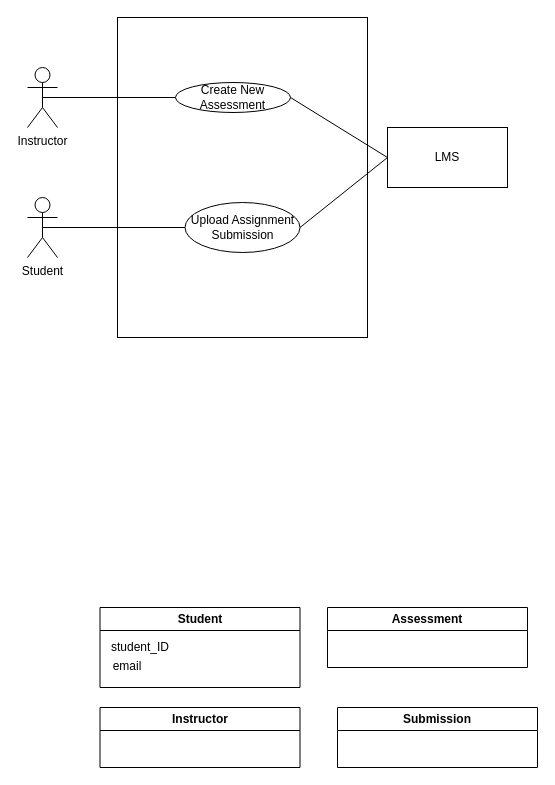
The draw.io diagram domain_model_Workshop_2.drawio in antonykimuom/SWEN30006-2025-SM1-workshop1-tuew05-14-00-team-12, before the edit. Source tidied: cells renumbered, new cells numbered last; positions are measured from the earlier drawing's top-left corner, leaving out a move shared by most shapes. Both pictures are drawn from the tidied source at 100%, with x=0, y=0 at pixel (27, 17).
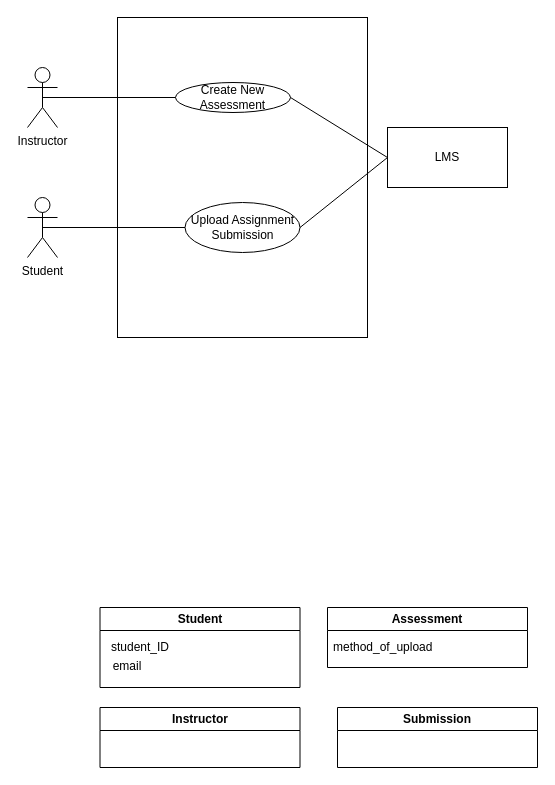
After the change.

Commit message:
added attributes to assessment

What changed in the source:
```diff
@@
 <mxGraphModel>
   <root>
     <mxCell id="0" />
     <mxCell id="1" parent="0" />
     <mxCell id="2" style="rounded=0;whiteSpace=wrap;html=1;" parent="1" vertex="1">
       <mxGeometry x="90" width="250" height="320" as="geometry" />
     </mxCell>
     <mxCell id="3" value="Instructor" style="shape=umlActor;verticalLabelPosition=bottom;verticalAlign=top;html=1;outlineConnect=0;" parent="1" vertex="1">
       <mxGeometry y="50" width="30" height="60" as="geometry" />
     </mxCell>
     <mxCell id="4" value="Student" style="shape=umlActor;verticalLabelPosition=bottom;verticalAlign=top;html=1;outlineConnect=0;" parent="1" vertex="1">
       <mxGeometry y="180" width="30" height="60" as="geometry" />
     </mxCell>
     <mxCell id="5" value="LMS" style="rounded=0;whiteSpace=wrap;html=1;" parent="1" vertex="1">
       <mxGeometry x="360" y="110" width="120" height="60" as="geometry" />
     </mxCell>
     <mxCell id="6" value="Create New Assessment" style="ellipse;whiteSpace=wrap;html=1;" parent="1" vertex="1">
       <mxGeometry x="148" y="65" width="115" height="30" as="geometry" />
     </mxCell>
     <mxCell id="7" style="endArrow=none;html=1;rounded=0;exitX=0.5;exitY=0.5;exitDx=0;exitDy=0;exitPerimeter=0;entryX=0;entryY=0.5;entryDx=0;entryDy=0;" parent="1" edge="1" source="3" target="6">
       <mxGeometry relative="1" as="geometry" />
     </mxCell>
     <mxCell id="8" style="endArrow=none;html=1;rounded=0;exitX=0;exitY=0.5;exitDx=0;exitDy=0;entryX=1;entryY=0.5;entryDx=0;entryDy=0;" parent="1" edge="1" source="5" target="6">
       <mxGeometry relative="1" as="geometry" />
     </mxCell>
     <mxCell id="9" value="Upload Assignment Submission" style="ellipse;whiteSpace=wrap;html=1;" parent="1" vertex="1">
       <mxGeometry x="157.5" y="185" width="115" height="50" as="geometry" />
     </mxCell>
     <mxCell id="10" style="endArrow=none;html=1;rounded=0;exitX=0.5;exitY=0.5;exitDx=0;exitDy=0;exitPerimeter=0;entryX=0;entryY=0.5;entryDx=0;entryDy=0;" parent="1" edge="1" source="4" target="9">
       <mxGeometry relative="1" as="geometry" />
     </mxCell>
     <mxCell id="11" style="endArrow=none;html=1;rounded=0;entryX=1;entryY=0.5;entryDx=0;entryDy=0;exitX=0;exitY=0.5;exitDx=0;exitDy=0;" parent="1" edge="1" source="5" target="9">
       <mxGeometry relative="1" as="geometry" />
     </mxCell>
     <mxCell id="12" value="Student" style="swimlane;whiteSpace=wrap;html=1;" parent="1" vertex="1">
       <mxGeometry x="72.5" y="590" width="200" height="80" as="geometry" />
     </mxCell>
     <mxCell id="13" value="email" style="text;html=1;align=center;verticalAlign=middle;whiteSpace=wrap;rounded=0;" parent="12" vertex="1">
       <mxGeometry x="-2.5" y="44" width="60" height="30" as="geometry" />
     </mxCell>
     <mxCell id="14" value="student_ID" style="text;strokeColor=none;fillColor=none;align=left;verticalAlign=middle;spacingLeft=4;spacingRight=4;overflow=hidden;whiteSpace=wrap;html=1;" parent="12" vertex="1">
       <mxGeometry x="5" y="25" width="80" height="30" as="geometry" />
     </mxCell>
     <mxCell id="15" value="Instructor" style="swimlane;whiteSpace=wrap;html=1;" parent="1" vertex="1">
       <mxGeometry x="72.5" y="690" width="200" height="60" as="geometry" />
     </mxCell>
     <mxCell id="16" value="Assessment" style="swimlane;whiteSpace=wrap;html=1;" parent="1" vertex="1">
       <mxGeometry x="300" y="590" width="200" height="60" as="geometry" />
     </mxCell>
+    <mxCell id="18" value="method_of_upload" style="text;strokeColor=none;fillColor=none;align=left;verticalAlign=middle;spacingLeft=4;spacingRight=4;overflow=hidden;whiteSpace=wrap;html=1;" parent="16" vertex="1">
+      <mxGeometry y="25" width="110" height="30" as="geometry" />
+    </mxCell>
     <mxCell id="17" value="Submission" style="swimlane;whiteSpace=wrap;html=1;" parent="1" vertex="1">
       <mxGeometry x="310" y="690" width="200" height="60" as="geometry" />
     </mxCell>
   </root>
 </mxGraphModel>
```
